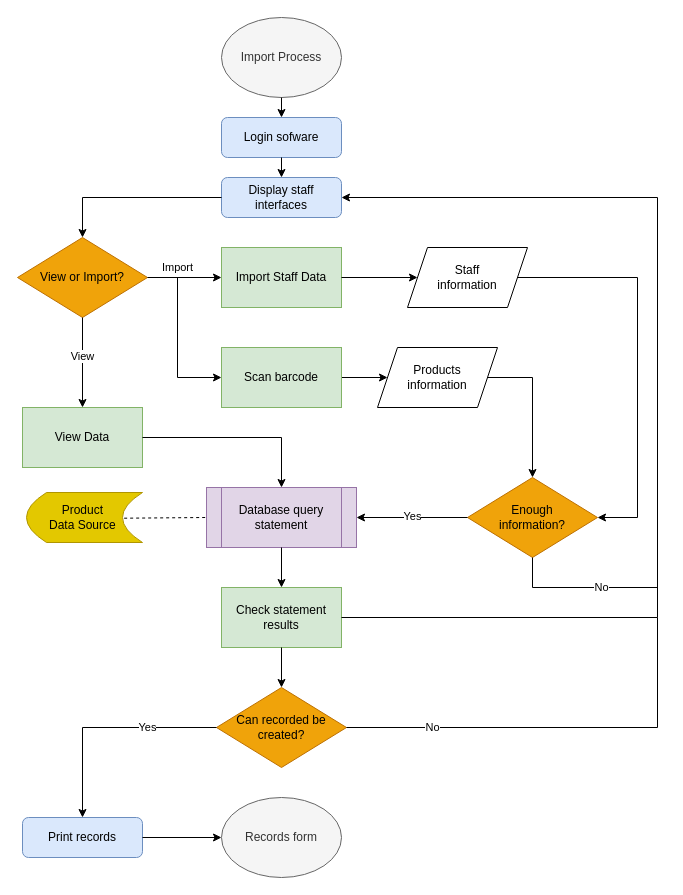
TuanPham0411/shop_inventory keeps this draw.io diagram as Untitled Diagram.drawio. Above is the earlier version. Source tidied: cells renumbered, new cells numbered last; positions are measured from the earlier drawing's top-left corner, leaving out a move shared by most shapes. Both pictures are drawn from the tidied source at 100%, with x=0, y=0 at pixel (17, 17).
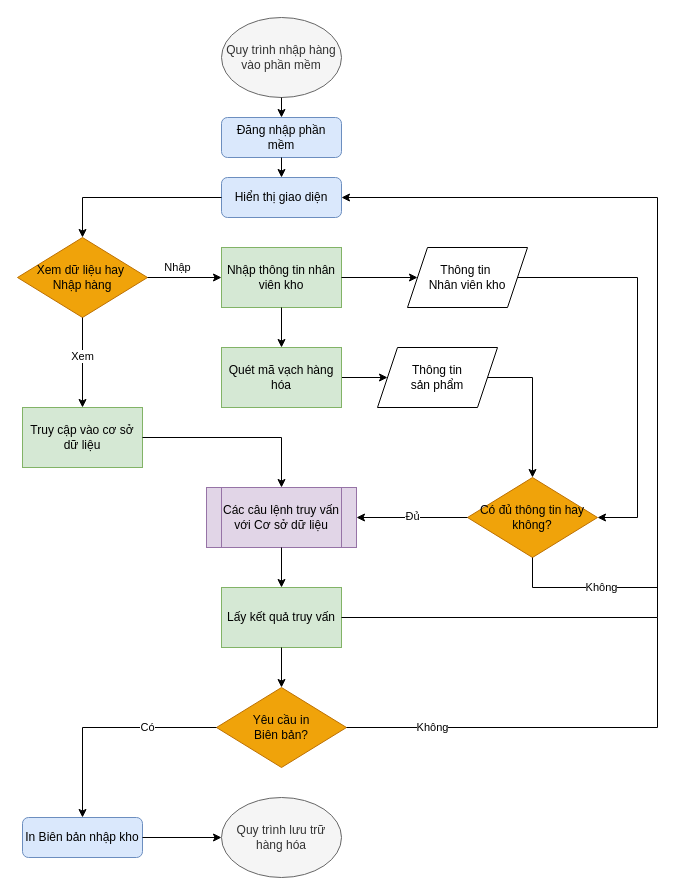
After the change.

Diff of the diagram source:
```diff
@@
-    <mxCell id="2" value="Display staff interfaces" style="rounded=1;whiteSpace=wrap;html=1;fontSize=12;glass=0;strokeWidth=1;shadow=0;fillColor=#dae8fc;strokeColor=#6c8ebf;" parent="1" vertex="1">
+    <mxCell id="2" value="Hiển thị giao diện" style="rounded=1;whiteSpace=wrap;html=1;fontSize=12;glass=0;strokeWidth=1;shadow=0;fillColor=#dae8fc;strokeColor=#6c8ebf;" parent="1" vertex="1">
       <mxGeometry x="204" y="160" width="120" height="40" as="geometry" />
     </mxCell>
-    <mxCell id="3" value="Import Process" style="ellipse;whiteSpace=wrap;html=1;fillColor=#f5f5f5;strokeColor=#666666;fontColor=#333333;" parent="1" vertex="1">
+    <mxCell id="3" value="Quy trình nhập hàng vào phần mềm" style="ellipse;whiteSpace=wrap;html=1;fillColor=#f5f5f5;strokeColor=#666666;fontColor=#333333;" parent="1" vertex="1">
       <mxGeometry x="204" width="120" height="80" as="geometry" />
     </mxCell>
-    <mxCell id="4" value="View Data" style="rounded=0;whiteSpace=wrap;html=1;fillColor=#d5e8d4;strokeColor=#82b366;" parent="1" vertex="1">
+    <mxCell id="4" value="Truy cập vào cơ sở dữ liệu" style="rounded=0;whiteSpace=wrap;html=1;fillColor=#d5e8d4;strokeColor=#82b366;" parent="1" vertex="1">
       <mxGeometry x="5" y="390" width="120" height="60" as="geometry" />
     </mxCell>
-    <mxCell id="5" value="Database query statement" style="shape=process;whiteSpace=wrap;html=1;backgroundOutline=1;fillColor=#e1d5e7;strokeColor=#9673a6;" parent="1" vertex="1">
+    <mxCell id="5" value="Các câu lệnh truy vấn với Cơ sở dữ liệu" style="shape=process;whiteSpace=wrap;html=1;backgroundOutline=1;fillColor=#e1d5e7;strokeColor=#9673a6;" parent="1" vertex="1">
       <mxGeometry x="189" y="470" width="150" height="60" as="geometry" />
     </mxCell>
-    <mxCell id="6" value="Product&amp;nbsp;&lt;div&gt;Data Source&amp;nbsp;&lt;/div&gt;" style="shape=dataStorage;whiteSpace=wrap;html=1;fixedSize=1;rotation=0;fillColor=#e3c800;fontColor=#000000;strokeColor=#B09500;" parent="1" vertex="1">
-      <mxGeometry x="9" y="475" width="116" height="50" as="geometry" />
-    </mxCell>
-    <mxCell id="7" value="Import Staff Data" style="rounded=0;whiteSpace=wrap;html=1;fillColor=#d5e8d4;strokeColor=#82b366;" parent="1" vertex="1">
+    <mxCell id="7" value="Nhập thông tin nhân viên kho" style="rounded=0;whiteSpace=wrap;html=1;fillColor=#d5e8d4;strokeColor=#82b366;" parent="1" vertex="1">
       <mxGeometry x="204" y="230" width="120" height="60" as="geometry" />
     </mxCell>
@@
-    <mxCell id="9" value="Check statement results" style="rounded=0;whiteSpace=wrap;html=1;fillColor=#d5e8d4;strokeColor=#82b366;" parent="1" vertex="1">
+    <mxCell id="9" value="Lấy kết quả truy vấn" style="rounded=0;whiteSpace=wrap;html=1;fillColor=#d5e8d4;strokeColor=#82b366;" parent="1" vertex="1">
       <mxGeometry x="204" y="570" width="120" height="60" as="geometry" />
     </mxCell>
-    <mxCell id="10" value="Login sofware" style="rounded=1;whiteSpace=wrap;html=1;fontSize=12;glass=0;strokeWidth=1;shadow=0;fillColor=#dae8fc;strokeColor=#6c8ebf;" parent="1" vertex="1">
+    <mxCell id="10" value="Đăng nhập phần mềm" style="rounded=1;whiteSpace=wrap;html=1;fontSize=12;glass=0;strokeWidth=1;shadow=0;fillColor=#dae8fc;strokeColor=#6c8ebf;" parent="1" vertex="1">
       <mxGeometry x="204" y="100" width="120" height="40" as="geometry" />
     </mxCell>
@@
-    <mxCell id="13" value="Enough&lt;div&gt;information?&lt;/div&gt;" style="rhombus;whiteSpace=wrap;html=1;fillColor=#f0a30a;fontColor=#000000;strokeColor=#BD7000;" parent="1" vertex="1">
+    <mxCell id="13" value="Có đủ thông tin hay không?" style="rhombus;whiteSpace=wrap;html=1;fillColor=#f0a30a;fontColor=#000000;strokeColor=#BD7000;" parent="1" vertex="1">
       <mxGeometry x="450" y="460" width="130" height="80" as="geometry" />
     </mxCell>
-    <mxCell id="14" value="Print records" style="rounded=1;whiteSpace=wrap;html=1;fontSize=12;glass=0;strokeWidth=1;shadow=0;fillColor=#dae8fc;strokeColor=#6c8ebf;" parent="1" vertex="1">
+    <mxCell id="14" value="In Biên bản nhập kho" style="rounded=1;whiteSpace=wrap;html=1;fontSize=12;glass=0;strokeWidth=1;shadow=0;fillColor=#dae8fc;strokeColor=#6c8ebf;" parent="1" vertex="1">
       <mxGeometry x="5" y="800" width="120" height="40" as="geometry" />
     </mxCell>
-    <mxCell id="15" value="Records form" style="ellipse;whiteSpace=wrap;html=1;fillColor=#f5f5f5;strokeColor=#666666;fontColor=#333333;" parent="1" vertex="1">
+    <mxCell id="15" value="Quy trình lưu trữ hàng hóa" style="ellipse;whiteSpace=wrap;html=1;fillColor=#f5f5f5;strokeColor=#666666;fontColor=#333333;" parent="1" vertex="1">
       <mxGeometry x="204" y="780" width="120" height="80" as="geometry" />
     </mxCell>
-    <mxCell id="16" value="Can recorded be created?" style="rhombus;whiteSpace=wrap;html=1;fillColor=#f0a30a;fontColor=#000000;strokeColor=#BD7000;" parent="1" vertex="1">
+    <mxCell id="16" value="Yêu cầu in&lt;div&gt;Biên bản?&lt;/div&gt;" style="rhombus;whiteSpace=wrap;html=1;fillColor=#f0a30a;fontColor=#000000;strokeColor=#BD7000;" parent="1" vertex="1">
       <mxGeometry x="199" y="670" width="130" height="80" as="geometry" />
     </mxCell>
@@
-    <mxCell id="18" value="View or Import?" style="rhombus;whiteSpace=wrap;html=1;fillColor=#f0a30a;fontColor=#000000;strokeColor=#BD7000;" parent="1" vertex="1">
+    <mxCell id="18" value="Xem dữ liệu hay&amp;nbsp;&lt;div&gt;Nhập hàng&lt;/div&gt;" style="rhombus;whiteSpace=wrap;html=1;fillColor=#f0a30a;fontColor=#000000;strokeColor=#BD7000;" parent="1" vertex="1">
       <mxGeometry y="220" width="130" height="80" as="geometry" />
     </mxCell>
-    <mxCell id="19" value="Staff&lt;div&gt;information&lt;/div&gt;" style="shape=parallelogram;perimeter=parallelogramPerimeter;whiteSpace=wrap;html=1;fixedSize=1;" parent="1" vertex="1">
+    <mxCell id="19" value="Thông tin&amp;nbsp;&lt;div&gt;Nhân viên kho&lt;/div&gt;" style="shape=parallelogram;perimeter=parallelogramPerimeter;whiteSpace=wrap;html=1;fixedSize=1;" parent="1" vertex="1">
       <mxGeometry x="390" y="230" width="120" height="60" as="geometry" />
     </mxCell>
-    <mxCell id="20" value="Products&lt;div&gt;information&lt;/div&gt;" style="shape=parallelogram;perimeter=parallelogramPerimeter;whiteSpace=wrap;html=1;fixedSize=1;" parent="1" vertex="1">
+    <mxCell id="20" value="Thông tin&lt;div&gt;sản phẩm&lt;/div&gt;" style="shape=parallelogram;perimeter=parallelogramPerimeter;whiteSpace=wrap;html=1;fixedSize=1;" parent="1" vertex="1">
       <mxGeometry x="360" y="330" width="120" height="60" as="geometry" />
     </mxCell>
@@
-    <mxCell id="22" value="Scan barcode" style="rounded=0;whiteSpace=wrap;html=1;fillColor=#d5e8d4;strokeColor=#82b366;" parent="1" vertex="1">
+    <mxCell id="22" value="Quét mã vạch hàng hóa" style="rounded=0;whiteSpace=wrap;html=1;fillColor=#d5e8d4;strokeColor=#82b366;" parent="1" vertex="1">
       <mxGeometry x="204" y="330" width="120" height="60" as="geometry" />
     </mxCell>
-    <mxCell id="23" value="Import" style="endArrow=classic;html=1;rounded=0;entryX=0;entryY=0.5;entryDx=0;entryDy=0;exitX=1;exitY=0.5;exitDx=0;exitDy=0;" parent="1" edge="1" source="18" target="7">
+    <mxCell id="23" value="Nhập" style="endArrow=classic;html=1;rounded=0;entryX=0;entryY=0.5;entryDx=0;entryDy=0;exitX=1;exitY=0.5;exitDx=0;exitDy=0;" parent="1" edge="1" source="18" target="7">
       <mxGeometry x="-0.19" y="10" relative="1" as="geometry" />
     </mxCell>
-    <mxCell id="24" value="View" style="endArrow=classic;html=1;rounded=0;entryX=0.5;entryY=0;entryDx=0;entryDy=0;exitX=0.5;exitY=1;exitDx=0;exitDy=0;" parent="1" edge="1" source="18" target="4">
+    <mxCell id="24" value="Xem" style="endArrow=classic;html=1;rounded=0;entryX=0.5;entryY=0;entryDx=0;entryDy=0;exitX=0.5;exitY=1;exitDx=0;exitDy=0;" parent="1" edge="1" source="18" target="4">
       <mxGeometry x="-0.14" relative="1" as="geometry" />
     </mxCell>
@@
-    <mxCell id="26" style="endArrow=classic;html=1;rounded=0;entryX=0;entryY=0.5;entryDx=0;entryDy=0;" parent="1" edge="1" target="22">
-      <mxGeometry relative="1" as="geometry">
-        <mxPoint x="160" y="260" as="sourcePoint" />
-        <Array as="points">
-          <mxPoint x="160" y="360" />
-        </Array>
-      </mxGeometry>
-    </mxCell>
-    <mxCell id="27" value="Yes" style="endArrow=classic;html=1;rounded=0;entryX=1;entryY=0.5;entryDx=0;entryDy=0;exitX=0;exitY=0.5;exitDx=0;exitDy=0;" parent="1" edge="1" source="13" target="5">
+    <mxCell id="27" value="Đủ" style="endArrow=classic;html=1;rounded=0;entryX=1;entryY=0.5;entryDx=0;entryDy=0;exitX=0;exitY=0.5;exitDx=0;exitDy=0;" parent="1" edge="1" source="13" target="5">
       <mxGeometry x="-0.01" relative="1" as="geometry">
         <Array as="points">
           <mxPoint x="400" y="500" />
         </Array>
         <mxPoint y="-1" as="offset" />
       </mxGeometry>
     </mxCell>
@@
-    <mxCell id="32" value="Yes" style="endArrow=classic;html=1;rounded=0;exitX=0;exitY=0.5;exitDx=0;exitDy=0;entryX=0.5;entryY=0;entryDx=0;entryDy=0;" parent="1" edge="1" source="16" target="14">
+    <mxCell id="32" value="Có" style="endArrow=classic;html=1;rounded=0;exitX=0;exitY=0.5;exitDx=0;exitDy=0;entryX=0.5;entryY=0;entryDx=0;entryDy=0;" parent="1" edge="1" source="16" target="14">
       <mxGeometry x="-0.38" relative="1" as="geometry">
         <Array as="points">
           <mxPoint x="65" y="710" />
         </Array>
       </mxGeometry>
     </mxCell>
@@
-    <mxCell id="34" value="No" style="endArrow=none;html=1;rounded=0;exitX=1;exitY=0.5;exitDx=0;exitDy=0;" parent="1" edge="1" source="16">
+    <mxCell id="34" value="Không" style="endArrow=none;html=1;rounded=0;exitX=1;exitY=0.5;exitDx=0;exitDy=0;" parent="1" edge="1" source="16">
       <mxGeometry x="-0.59" relative="1" as="geometry">
         <mxPoint x="640" y="600" as="targetPoint" />
         <Array as="points">
           <mxPoint x="640" y="710" />
         </Array>
       </mxGeometry>
     </mxCell>
-    <mxCell id="35" value="No" style="endArrow=none;html=1;rounded=0;entryX=0.5;entryY=1;entryDx=0;entryDy=0;" parent="1" edge="1" target="13">
+    <mxCell id="35" value="Không" style="endArrow=none;html=1;rounded=0;entryX=0.5;entryY=1;entryDx=0;entryDy=0;" parent="1" edge="1" target="13">
       <mxGeometry x="-0.28" relative="1" as="geometry">
         <mxPoint x="640" y="570" as="sourcePoint" />
         <Array as="points">
           <mxPoint x="515" y="570" />
         </Array>
       </mxGeometry>
     </mxCell>
@@
-    <mxCell id="37" style="endArrow=none;dashed=1;html=1;rounded=0;entryX=0;entryY=0.5;entryDx=0;entryDy=0;exitX=0.842;exitY=0.514;exitDx=0;exitDy=0;exitPerimeter=0;" parent="1" edge="1" source="6" target="5">
-      <mxGeometry relative="1" as="geometry" />
-    </mxCell>
+    <mxCell id="38" style="endArrow=classic;html=1;rounded=0;entryX=0.5;entryY=0;entryDx=0;entryDy=0;exitX=0.5;exitY=1;exitDx=0;exitDy=0;" parent="1" edge="1" source="7" target="22">
+      <mxGeometry relative="1" as="geometry" />
+    </mxCell>
```
